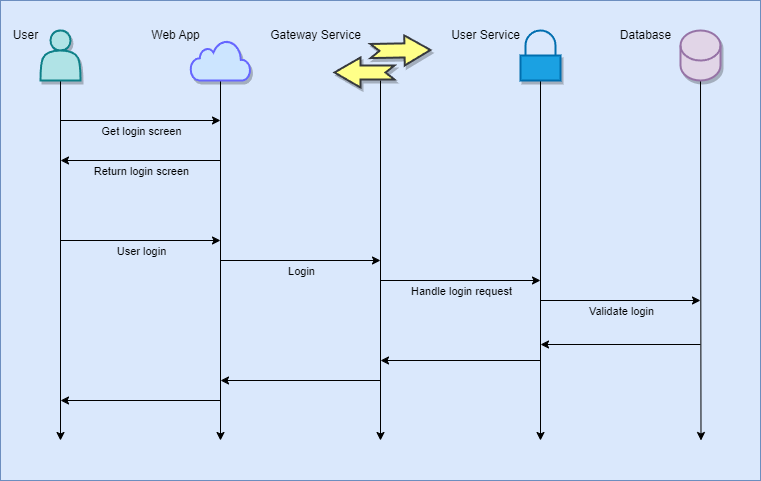
Above: docs/images/06_login.drawio.png in Arquisoft/wiq_es05b (draw.io), before the change. Source tidied: cells renumbered, new cells last; positions are measured from the earlier drawing's top-left corner, leaving out a move shared by most shapes.
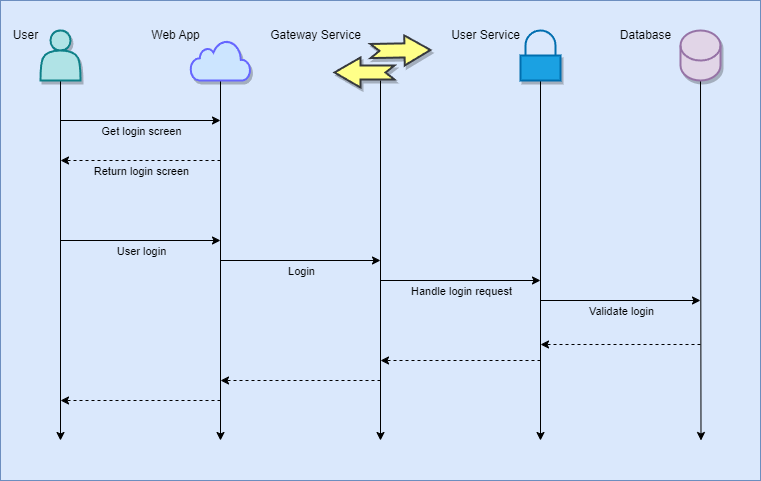
The same diagram one commit later.

Change to the diagram source:
```diff
@@ -57,7 +57,7 @@
         <mxPoint x="32" y="12" as="offset" />
       </mxGeometry>
     </mxCell>
-    <mxCell id="14" style="endArrow=classic;html=1;" parent="5" edge="1">
+    <mxCell id="14" style="endArrow=classic;html=1;dashed=1;" parent="5" edge="1">
       <mxGeometry relative="1" as="geometry">
         <mxPoint x="220" y="160" as="sourcePoint" />
         <mxPoint x="60" y="160" as="targetPoint" />
@@ -107,25 +107,25 @@
         <mxPoint x="-12" y="12" as="offset" />
       </mxGeometry>
     </mxCell>
-    <mxCell id="23" style="endArrow=classic;html=1;" parent="5" edge="1">
+    <mxCell id="23" style="endArrow=classic;html=1;dashed=1;" parent="5" edge="1">
       <mxGeometry relative="1" as="geometry">
         <mxPoint x="700" y="344" as="sourcePoint" />
         <mxPoint x="540" y="344" as="targetPoint" />
       </mxGeometry>
     </mxCell>
-    <mxCell id="24" style="endArrow=classic;html=1;" parent="5" edge="1">
+    <mxCell id="24" style="endArrow=classic;html=1;dashed=1;" parent="5" edge="1">
       <mxGeometry relative="1" as="geometry">
         <mxPoint x="540" y="360" as="sourcePoint" />
         <mxPoint x="380" y="360" as="targetPoint" />
       </mxGeometry>
     </mxCell>
-    <mxCell id="25" style="endArrow=classic;html=1;" parent="5" edge="1">
+    <mxCell id="25" style="endArrow=classic;html=1;dashed=1;" parent="5" edge="1">
       <mxGeometry relative="1" as="geometry">
         <mxPoint x="380" y="380" as="sourcePoint" />
         <mxPoint x="220" y="380" as="targetPoint" />
       </mxGeometry>
     </mxCell>
-    <mxCell id="26" style="endArrow=classic;html=1;" parent="5" edge="1">
+    <mxCell id="26" style="endArrow=classic;html=1;dashed=1;" parent="5" edge="1">
       <mxGeometry relative="1" as="geometry">
         <mxPoint x="220" y="400" as="sourcePoint" />
         <mxPoint x="60" y="400" as="targetPoint" />
```
